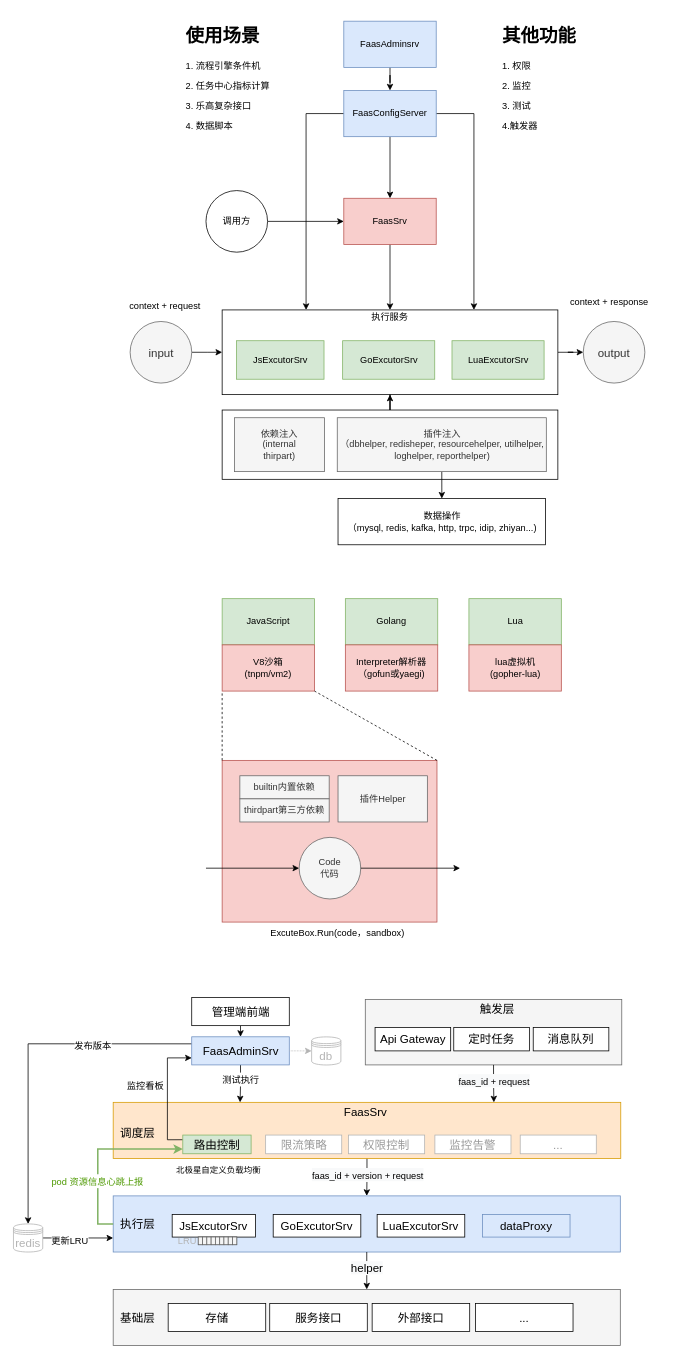
Earlier version of the draw.io diagram faas.drawio (axtrur/resource). Source tidied: cells renumbered, new cells numbered last; positions are measured from the earlier drawing's top-left corner, leaving out a move shared by most shapes. Both pictures are drawn from the tidied source at 77%, with x=0, y=0 at pixel (13, 21).
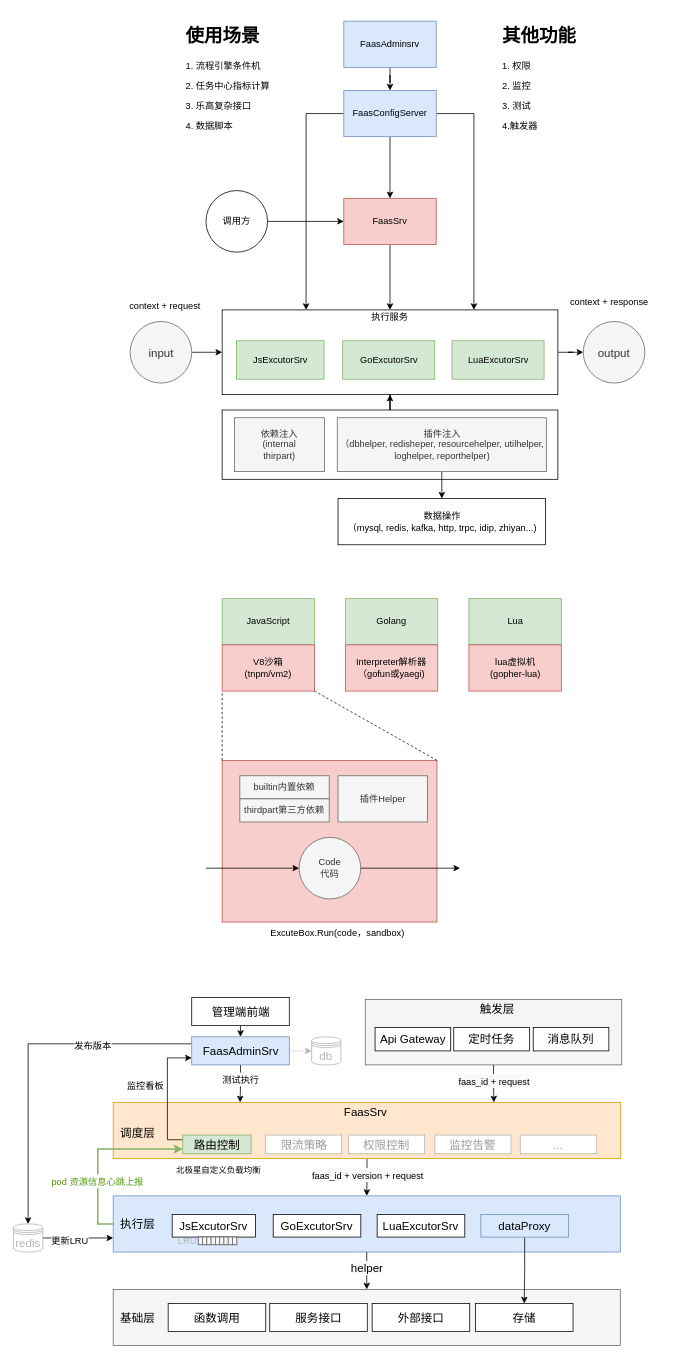
After the change.

What changed in the source:
```diff
@@
-    <mxCell id="63" value="存储" style="rounded=0;whiteSpace=wrap;html=1;fontSize=15;" parent="1" vertex="1">
+    <mxCell id="63" value="函数调用" style="rounded=0;whiteSpace=wrap;html=1;fontSize=15;" parent="1" vertex="1">
       <mxGeometry x="200.9" y="1665.3" width="126.7" height="36.5" as="geometry" />
     </mxCell>
@@
-    <mxCell id="66" value="..." style="rounded=0;whiteSpace=wrap;html=1;fontSize=15;" parent="1" vertex="1">
+    <mxCell id="66" value="存储" style="rounded=0;whiteSpace=wrap;html=1;fontSize=15;" parent="1" vertex="1">
       <mxGeometry x="600" y="1665.3" width="126.7" height="36.5" as="geometry" />
     </mxCell>
@@
+    <mxCell id="109" style="edgeStyle=orthogonalEdgeStyle;rounded=0;jettySize=auto;html=1;exitX=0.5;exitY=1;exitDx=0;exitDy=0;entryX=0.5;entryY=0;entryDx=0;entryDy=0;shadow=0;fontSize=12;fontColor=#B3B3B3;" parent="1" edge="1" source="92" target="66">
+      <mxGeometry relative="1" as="geometry" />
+    </mxCell>
     <mxCell id="92" value="dataProxy" style="rounded=0;whiteSpace=wrap;html=1;fillColor=#dae8fc;strokeColor=#6c8ebf;fontSize=15;" parent="1" vertex="1">
-      <mxGeometry x="609" y="1549.9" width="113.8" height="29.2" as="geometry" />
+      <mxGeometry x="607" y="1549.9" width="113.8" height="29.2" as="geometry" />
     </mxCell>
```
